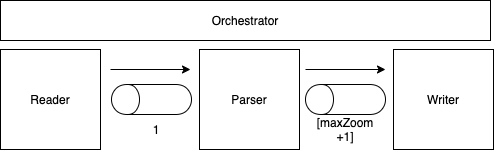
Above: doc/img/import.png in GlobalFishingWatch/4wings (draw.io), before the change. Source tidied: cells renumbered, new cells last; positions are measured from the earlier drawing's top-left corner, leaving out a move shared by most shapes.
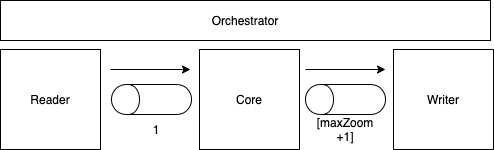
Later version of the same file.

What changed in the source:
```diff
@@ -8,7 +8,7 @@
     <mxCell id="3" style="shape=cylinder;whiteSpace=wrap;html=1;boundedLbl=1;backgroundOutline=1;rotation=-90;" parent="1" vertex="1">
       <mxGeometry x="136" y="59" width="30" height="80" as="geometry" />
     </mxCell>
-    <mxCell id="4" value="Parser" style="whiteSpace=wrap;html=1;" parent="1" vertex="1">
+    <mxCell id="4" value="Core" style="whiteSpace=wrap;html=1;" parent="1" vertex="1">
       <mxGeometry x="199" y="49" width="100" height="100" as="geometry" />
     </mxCell>
     <mxCell id="5" value="Writer" style="whiteSpace=wrap;html=1;" parent="1" vertex="1">
```
